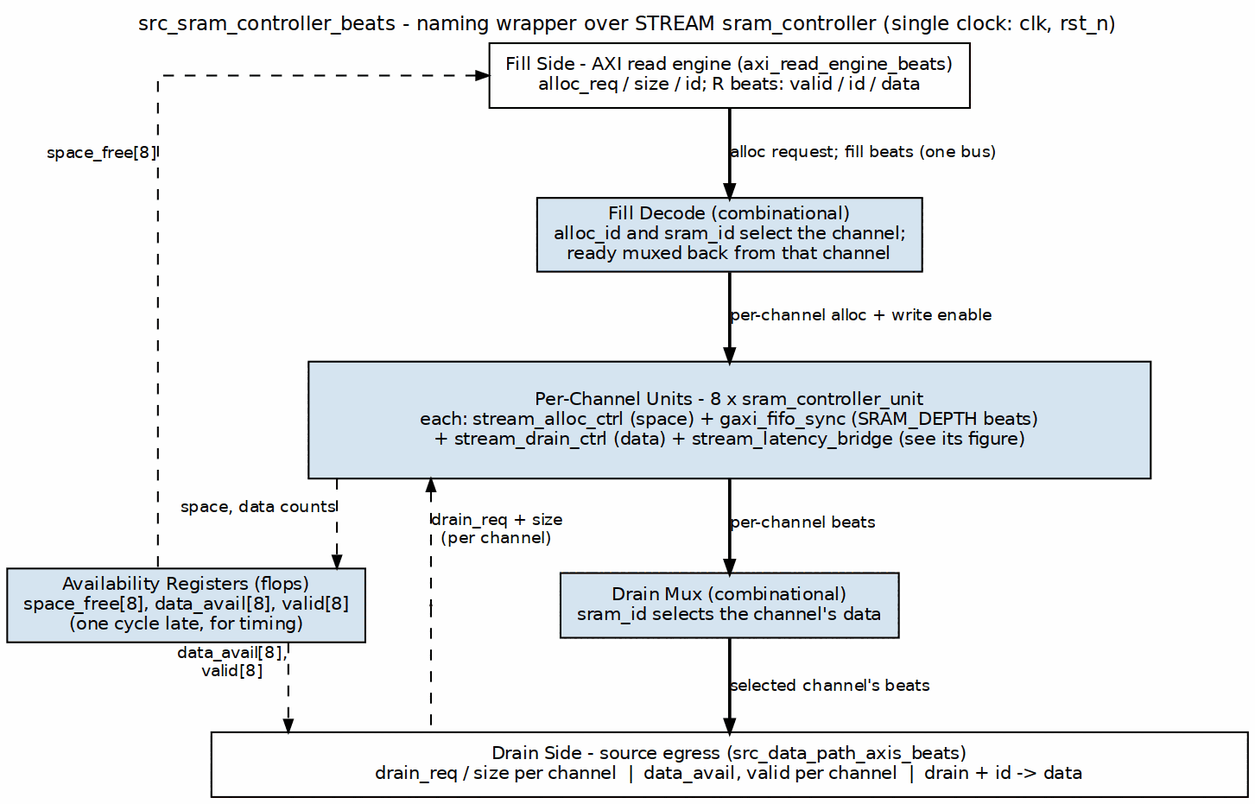
This is projects/components/dma-ip/rapids/docs/rapids_beats_mas/assets/graphviz/18_src_sram_controller.png from sean-galloway/RTLDesignSherpa, a Graphviz export, as it was before one commit. Its source is kept beside it as projects/components/dma-ip/rapids/docs/rapids_beats_mas/assets/graphviz/18_src_sram_controller.dot. Source of this version:
```dot
digraph src_sram_controller_beats {
    graph [rankdir=TB, bgcolor="white", fontname="Helvetica", fontsize=11,
           nodesep="0.50", ranksep="0.55", splines=ortho,
           label="src_sram_controller_beats - naming wrapper over STREAM sram_controller (single clock: clk, rst_n)", labelloc=t, labeljust=c];
    node  [fontname="Helvetica", fontsize=10, shape=box, style=filled,
           fillcolor="#D6E4F0", color="black", margin="0.12,0.06"];
    edge  [fontname="Helvetica", fontsize=9, color="black", arrowsize=0.7];

    fill  [label="Fill Side - AXI read engine (axi_read_engine_beats)\nalloc_req / size / id; R beats: valid / id / data", fillcolor="white", group=C];
    dec   [label="Fill Decode (combinational)\nalloc_id and sram_id select the channel;\nready muxed back from that channel", group=C];
    units [label="Per-Channel Units - 8 x sram_controller_unit\neach: stream_alloc_ctrl (space) + gaxi_fifo_sync (SRAM_DEPTH beats)\n+ stream_drain_ctrl (data) + stream_latency_bridge (see its figure)", width=6.5, height=0.9, group=C];
    mux   [label="Drain Mux (combinational)\nsram_id selects the channel's data", group=C];
    stat  [label="Availability Registers (flops)\nspace_free[8], data_avail[8], valid[8]\n(one cycle late, for timing)", group=R];
    drain [label="Drain Side - source egress (src_data_path_axis_beats)\ndrain_req / size per channel  |  data_avail, valid per channel  |  drain + id -> data", fillcolor="white", width=8.0, group=C];

    fill  -> dec   [label="alloc request; fill beats (one bus)", penwidth=1.8];
    dec   -> units [label="per-channel alloc + write enable", penwidth=1.8];
    units -> mux   [label="per-channel beats", penwidth=1.8];
    mux   -> drain [label="selected channel's beats", penwidth=1.8];
    units -> stat  [style=dashed, xlabel="space, data counts"];
    stat  -> drain [style=dashed, xlabel="data_avail[8],\nvalid[8]"];
    fill  -> stat  [dir=back, style=dashed, constraint=false, xlabel="space_free[8]"];
    p_dr  [shape=point, width=0.01, group=L];
    { rank=same; p_dr; mux; }
    p_dr -> mux [style=invis];
    units -> p_dr [dir=back, style=dashed, xlabel="drain_req + size\n(per channel)"];
    p_dr -> drain [dir=none, style=dashed];
}
```
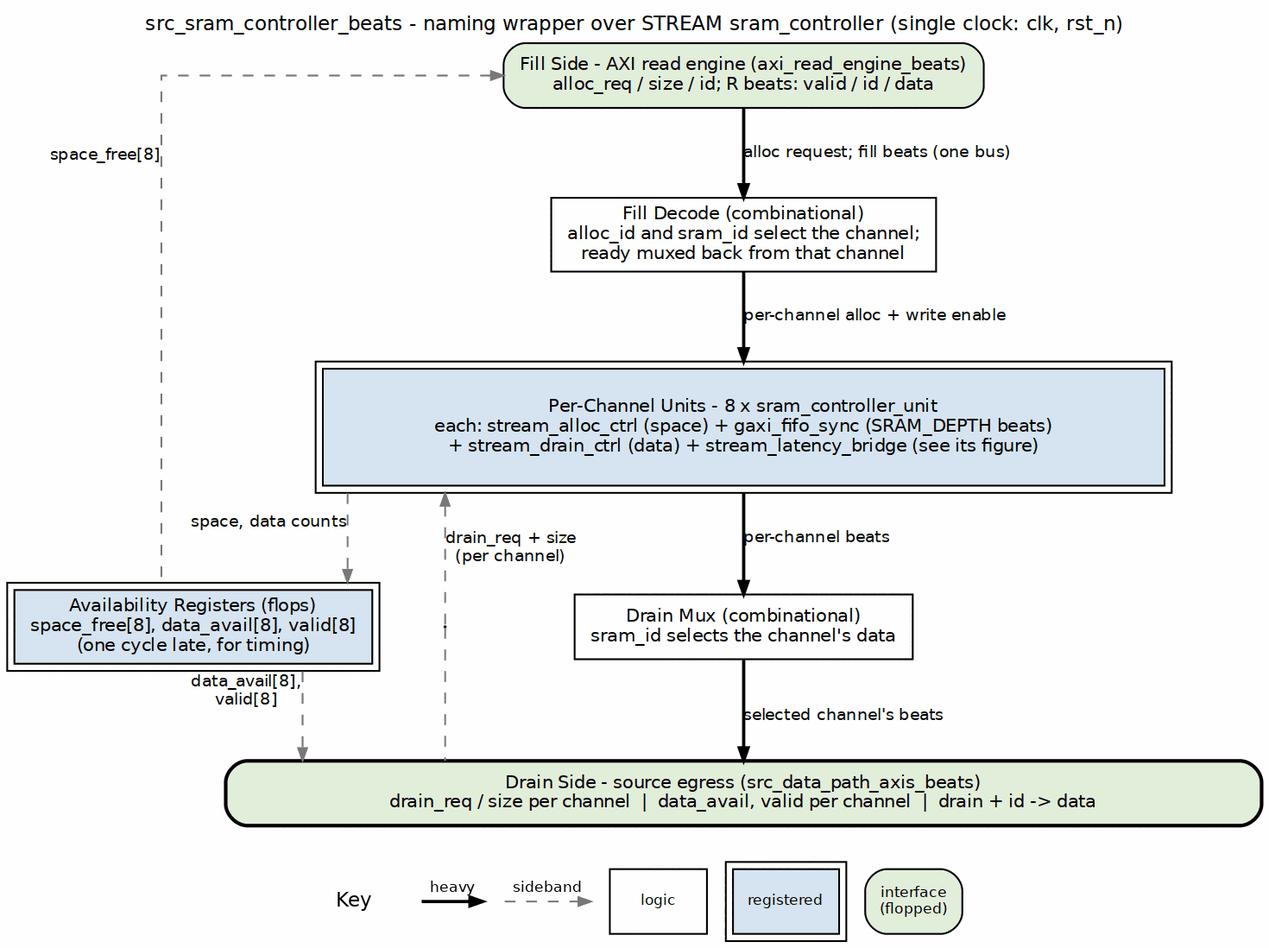
The same diagram one commit later.

Diff of the diagram source:
```diff
@@ -3,26 +3,26 @@
            nodesep="0.50", ranksep="0.55", splines=ortho,
            label="src_sram_controller_beats - naming wrapper over STREAM sram_controller (single clock: clk, rst_n)", labelloc=t, labeljust=c];
     node  [fontname="Helvetica", fontsize=10, shape=box, style=filled,
-           fillcolor="#D6E4F0", color="black", margin="0.12,0.06"];
+           fillcolor="white", color="black", margin="0.12,0.06"];
     edge  [fontname="Helvetica", fontsize=9, color="black", arrowsize=0.7];
 
-    fill  [label="Fill Side - AXI read engine (axi_read_engine_beats)\nalloc_req / size / id; R beats: valid / id / data", fillcolor="white", group=C];
-    dec   [label="Fill Decode (combinational)\nalloc_id and sram_id select the channel;\nready muxed back from that channel", group=C];
-    units [label="Per-Channel Units - 8 x sram_controller_unit\neach: stream_alloc_ctrl (space) + gaxi_fifo_sync (SRAM_DEPTH beats)\n+ stream_drain_ctrl (data) + stream_latency_bridge (see its figure)", width=6.5, height=0.9, group=C];
-    mux   [label="Drain Mux (combinational)\nsram_id selects the channel's data", group=C];
-    stat  [label="Availability Registers (flops)\nspace_free[8], data_avail[8], valid[8]\n(one cycle late, for timing)", group=R];
-    drain [label="Drain Side - source egress (src_data_path_axis_beats)\ndrain_req / size per channel  |  data_avail, valid per channel  |  drain + id -> data", fillcolor="white", width=8.0, group=C];
+    fill  [label="Fill Side - AXI read engine (axi_read_engine_beats)\nalloc_req / size / id; R beats: valid / id / data", fillcolor="white", group=C, style="rounded,filled", fillcolor="#E2EFDA"];
+    dec   [label="Fill Decode (combinational)\nalloc_id and sram_id select the channel;\nready muxed back from that channel", group=C, style="filled", fillcolor="white"];
+    units [label="Per-Channel Units - 8 x sram_controller_unit\neach: stream_alloc_ctrl (space) + gaxi_fifo_sync (SRAM_DEPTH beats)\n+ stream_drain_ctrl (data) + stream_latency_bridge (see its figure)", width=6.5, height=0.9, group=C, peripheries=2, style="filled", fillcolor="#D6E4F0"];
+    mux   [label="Drain Mux (combinational)\nsram_id selects the channel's data", group=C, style="filled", fillcolor="white"];
+    stat  [label="Availability Registers (flops)\nspace_free[8], data_avail[8], valid[8]\n(one cycle late, for timing)", group=R, peripheries=2, style="filled", fillcolor="#D6E4F0"];
+    drain [label="Drain Side - source egress (src_data_path_axis_beats)\ndrain_req / size per channel  |  data_avail, valid per channel  |  drain + id -> data", fillcolor="white", width=8.0, group=C, style="rounded,filled,bold", fillcolor="#E2EFDA"];
 
     fill  -> dec   [label="alloc request; fill beats (one bus)", penwidth=1.8];
     dec   -> units [label="per-channel alloc + write enable", penwidth=1.8];
     units -> mux   [label="per-channel beats", penwidth=1.8];
     mux   -> drain [label="selected channel's beats", penwidth=1.8];
-    units -> stat  [style=dashed, xlabel="space, data counts"];
-    stat  -> drain [style=dashed, xlabel="data_avail[8],\nvalid[8]"];
-    fill  -> stat  [dir=back, style=dashed, constraint=false, xlabel="space_free[8]"];
+    units -> stat  [style=dashed, color="#777777", xlabel="space, data counts"];
+    stat  -> drain [style=dashed, color="#777777", xlabel="data_avail[8],\nvalid[8]"];
+    fill  -> stat  [dir=back, style=dashed, color="#777777", constraint=false, xlabel="space_free[8]"];
     p_dr  [shape=point, width=0.01, group=L];
     { rank=same; p_dr; mux; }
     p_dr -> mux [style=invis];
-    units -> p_dr [dir=back, style=dashed, xlabel="drain_req + size\n(per channel)"];
-    p_dr -> drain [dir=none, style=dashed];
+    units -> p_dr [dir=back, style=dashed, color="#777777", xlabel="drain_req + size\n(per channel)"];
+    p_dr -> drain [dir=none, style=dashed, color="#777777"];
 }
```
